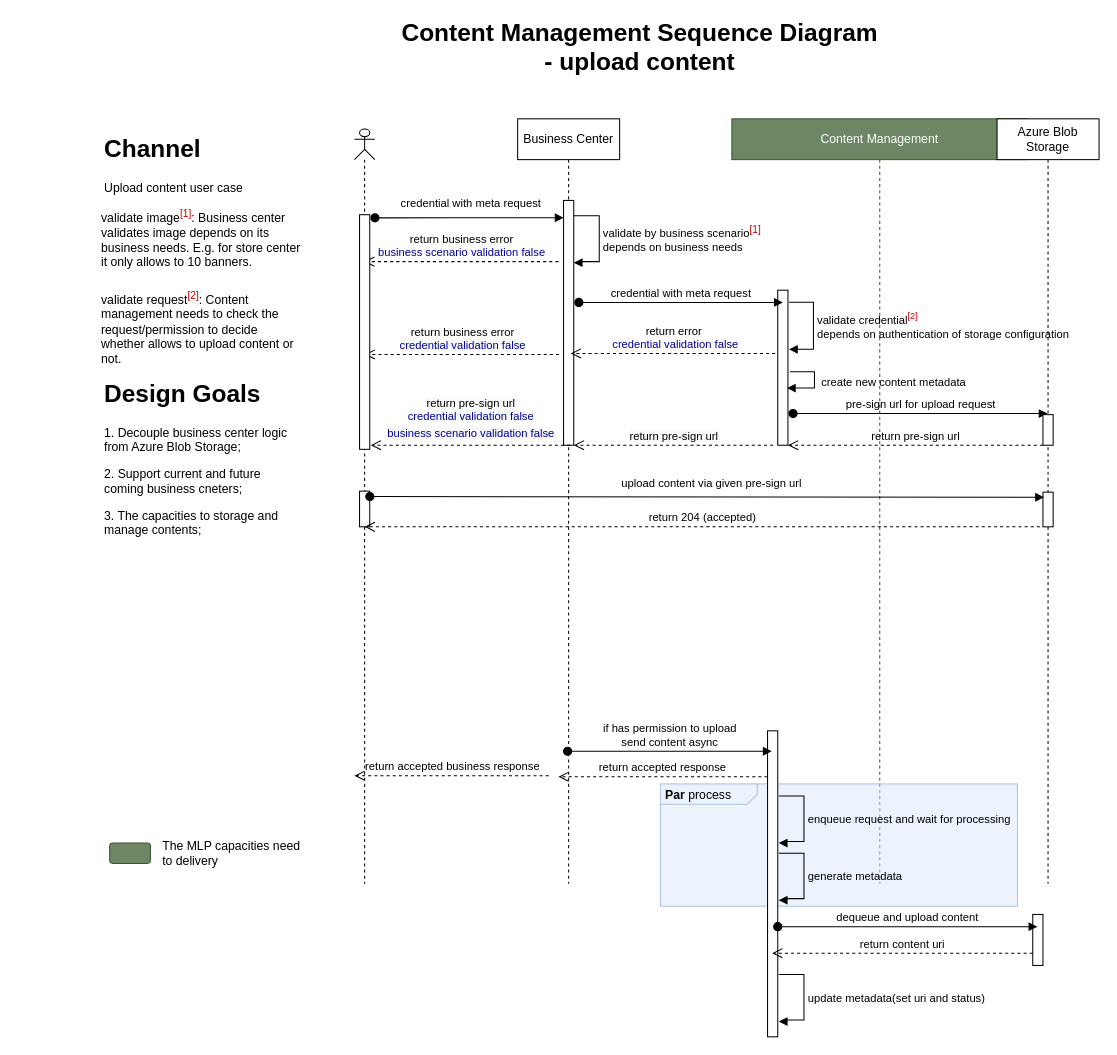
This is page "Uploading User Case" (1 of 2) of Mid Layer Platform Content Business Flow.drawio from sotheair/designs, a draw.io file, before an edit. Source tidied: cells renumbered, new cells numbered last; positions are measured from the earlier drawing's top-left corner, leaving out a move shared by most shapes. Both pictures are drawn from the tidied source at 102%, with x=0, y=0 at pixel (99, 37).
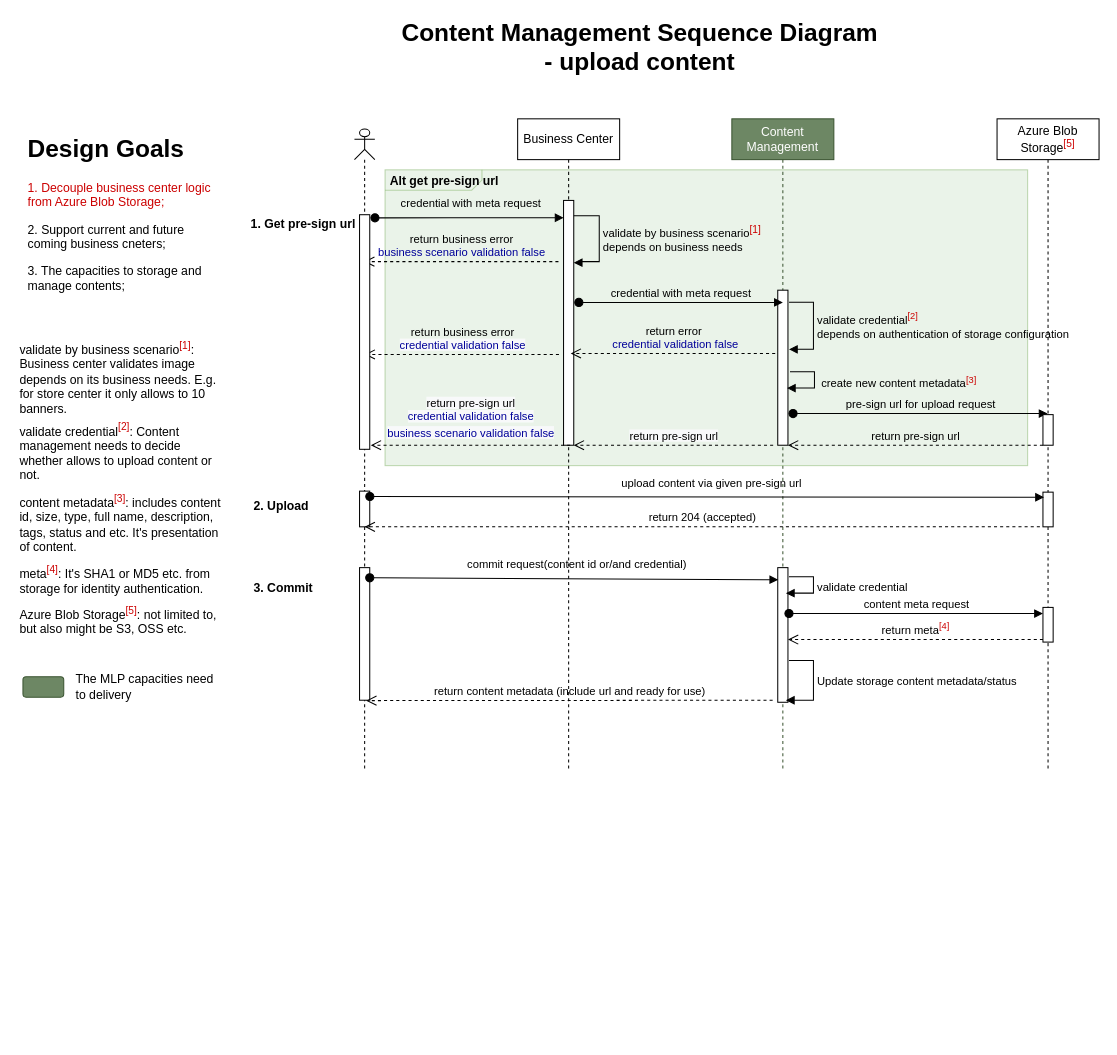
Above is the later version.

Diff of the diagram source:
```diff
@@
+    <mxCell id="44" value="&lt;p style=&quot;margin: 0px ; margin-top: 4px ; margin-left: 5px ; text-align: left&quot;&gt;&lt;b&gt;Alt&lt;/b&gt; &lt;b&gt;get pre-sign url&lt;/b&gt;&lt;/p&gt;" style="html=1;shape=mxgraph.sysml.package;overflow=fill;labelX=95;align=left;spacingLeft=5;verticalAlign=top;spacingTop=-3;fillColor=#d5e8d4;strokeColor=#82b366;opacity=50;" parent="1" vertex="1">
+      <mxGeometry x="280" y="130" width="630" height="290" as="geometry" />
+    </mxCell>
     <mxCell id="2" value="Content Management" style="shape=umlLifeline;perimeter=lifelinePerimeter;whiteSpace=wrap;html=1;fillColor=#6d8764;strokeColor=#3A5431;fontColor=#ffffff;" parent="1" vertex="1">
-      <mxGeometry x="620" y="80" width="290" height="750" as="geometry" />
+      <mxGeometry x="620" y="80" width="100" height="640" as="geometry" />
     </mxCell>
@@
     <mxCell id="5" style="shape=umlLifeline;participant=umlActor;perimeter=lifelinePerimeter;whiteSpace=wrap;html=1;verticalAlign=top;spacingTop=36;labelBackgroundColor=#ffffff;outlineConnect=0;size=30;" parent="1" vertex="1">
-      <mxGeometry x="250" y="90" width="20" height="740" as="geometry" />
+      <mxGeometry x="250" y="90" width="20" height="630" as="geometry" />
     </mxCell>
@@
+    <mxCell id="45" style="html=1;points=[];perimeter=orthogonalPerimeter;align=left;" parent="5" vertex="1">
+      <mxGeometry x="5" y="430" width="10" height="130" as="geometry" />
+    </mxCell>
     <mxCell id="7" value="Business Center" style="shape=umlLifeline;perimeter=lifelinePerimeter;whiteSpace=wrap;html=1;" parent="1" vertex="1">
-      <mxGeometry x="410" y="80" width="100" height="750" as="geometry" />
+      <mxGeometry x="410" y="80" width="100" height="640" as="geometry" />
     </mxCell>
@@
-    <mxCell id="9" value="Azure Blob Storage" style="shape=umlLifeline;perimeter=lifelinePerimeter;whiteSpace=wrap;html=1;" parent="1" vertex="1">
-      <mxGeometry x="880" y="80" width="100" height="750" as="geometry" />
+    <mxCell id="9" value="Azure Blob Storage&lt;sup style=&quot;color: rgb(0 , 0 , 0) ; font-family: &amp;#34;quot&amp;#34; ; font-style: normal ; font-variant: normal ; font-weight: 400 ; letter-spacing: normal ; text-align: left ; text-decoration: none ; text-indent: 0px ; text-transform: none ; white-space: nowrap ; word-spacing: 0px&quot;&gt;&lt;font color=&quot;#cc0000&quot;&gt;[5]&lt;/font&gt;&lt;/sup&gt;" style="shape=umlLifeline;perimeter=lifelinePerimeter;whiteSpace=wrap;html=1;" parent="1" vertex="1">
+      <mxGeometry x="880" y="80" width="100" height="640" as="geometry" />
     </mxCell>
@@
-    <mxCell id="12" value="&lt;h1&gt;Channel&lt;/h1&gt;&lt;p&gt;Upload content user case&lt;/p&gt;" style="text;html=1;strokeColor=none;fillColor=none;spacing=5;spacingTop=-20;whiteSpace=wrap;overflow=hidden;rounded=0;" parent="1" vertex="1">
-      <mxGeometry y="90" width="190" height="71" as="geometry" />
-    </mxCell>
+    <mxCell id="46" style="html=1;perimeter=orthogonalPerimeter;" parent="9" vertex="1">
+      <mxGeometry x="45" y="479" width="10" height="34" as="geometry" />
+    </mxCell>
@@
-    <mxCell id="21" value="&amp;nbsp;create new content metadata" style="edgeStyle=orthogonalEdgeStyle;html=1;align=left;spacingLeft=2;endArrow=block;rounded=0;labelBackgroundColor=none;" parent="1" edge="1">
+    <mxCell id="21" value="&amp;nbsp;create new content metadata&lt;sup style=&quot;color: rgb(0 , 0 , 0) ; font-family: &amp;#34;helvetica&amp;#34; ; font-size: 9.13px ; font-style: normal ; font-variant: normal ; font-weight: 400 ; letter-spacing: normal ; text-align: left ; text-decoration: none ; text-indent: 0px ; text-transform: none ; white-space: nowrap ; word-spacing: 0px&quot;&gt;&lt;font color=&quot;#cc0000&quot;&gt;[3]&lt;/font&gt;&lt;/sup&gt;" style="edgeStyle=orthogonalEdgeStyle;html=1;align=left;spacingLeft=2;endArrow=block;rounded=0;labelBackgroundColor=none;" parent="1" edge="1">
       <mxGeometry relative="1" as="geometry">
         <mxPoint x="677" y="328" as="sourcePoint" />
         <mxPoint x="674" y="344" as="targetPoint" />
         <Array as="points">
           <mxPoint x="701" y="328" />
           <mxPoint x="701" y="344" />
           <mxPoint x="674" y="344" />
         </Array>
       </mxGeometry>
     </mxCell>
@@
-    <mxCell id="23" value="validate image&lt;sup&gt;&lt;font color=&quot;#cc0000&quot;&gt;[1]&lt;/font&gt;&lt;/sup&gt;: Business center validates image depends on its business needs. E.g. for store center it only allows to 10 banners.&amp;nbsp;" style="text;html=1;whiteSpace=wrap;" parent="1" vertex="1">
-      <mxGeometry y="161" width="200" height="80" as="geometry" />
+    <mxCell id="23" value="validate by business scenario&lt;sup&gt;&lt;font color=&quot;#cc0000&quot;&gt;[1]&lt;/font&gt;&lt;/sup&gt;: Business center validates image depends on its business needs. E.g. for store center it only allows to 10 banners.&amp;nbsp;" style="text;html=1;whiteSpace=wrap;" parent="1" vertex="1">
+      <mxGeometry x="-80" y="290" width="200" height="80" as="geometry" />
     </mxCell>
-    <mxCell id="24" value="validate request&lt;sup&gt;&lt;font color=&quot;#cc0000&quot;&gt;[2]&lt;/font&gt;&lt;/sup&gt;: Content management needs to check the request/permission to decide whether allows to upload content or not." style="text;html=1;whiteSpace=wrap;" parent="1" vertex="1">
-      <mxGeometry y="241" width="200" height="80" as="geometry" />
+    <mxCell id="24" value="validate credential&lt;sup&gt;&lt;font color=&quot;#cc0000&quot;&gt;[2]&lt;/font&gt;&lt;/sup&gt;: Content management needs to decide whether allows to upload content or not." style="text;html=1;whiteSpace=wrap;" parent="1" vertex="1">
+      <mxGeometry x="-80" y="370" width="200" height="80" as="geometry" />
     </mxCell>
-    <mxCell id="25" value="&lt;h1&gt;Design Goals&lt;/h1&gt;&lt;p&gt;1. Decouple business center logic from Azure Blob Storage;&lt;/p&gt;&lt;p&gt;2. Support current and future coming business cneters; &amp;nbsp;&lt;/p&gt;&lt;p&gt;3. The capacities to storage and manage contents;&lt;/p&gt;" style="text;html=1;strokeColor=none;fillColor=none;spacing=5;spacingTop=-20;whiteSpace=wrap;overflow=hidden;rounded=0;" parent="1" vertex="1">
-      <mxGeometry y="330" width="190" height="170" as="geometry" />
+    <mxCell id="25" value="&lt;h1&gt;Design Goals&lt;/h1&gt;&lt;p&gt;&lt;font color=&quot;#cc0000&quot;&gt;1. Decouple business center logic from Azure Blob Storage;&lt;/font&gt;&lt;/p&gt;&lt;p&gt;2. Support current and future coming business cneters; &amp;nbsp;&lt;/p&gt;&lt;p&gt;3. The capacities to storage and manage contents;&lt;/p&gt;" style="text;html=1;strokeColor=none;fillColor=none;spacing=5;spacingTop=-20;whiteSpace=wrap;overflow=hidden;rounded=0;" parent="1" vertex="1">
+      <mxGeometry x="-75" y="90" width="190" height="170" as="geometry" />
     </mxCell>
     <mxCell id="26" style="rounded=1;whiteSpace=wrap;html=1;fillColor=#6d8764;strokeColor=#3A5431;fontColor=#ffffff;" parent="1" vertex="1">
-      <mxGeometry x="10" y="790" width="40" height="20" as="geometry" />
+      <mxGeometry x="-75" y="627" width="40" height="20" as="geometry" />
     </mxCell>
     <mxCell id="27" value="The MLP capacities need to delivery" style="text;html=1;strokeColor=none;fillColor=none;align=left;verticalAlign=middle;whiteSpace=wrap;rounded=0;" parent="1" vertex="1">
-      <mxGeometry x="60" y="785" width="150" height="30" as="geometry" />
+      <mxGeometry x="-25" y="622" width="150" height="30" as="geometry" />
     </mxCell>
@@
-    <mxCell id="31" value="&lt;p style=&quot;margin: 0px ; margin-top: 4px ; margin-left: 5px ; text-align: left&quot;&gt;&lt;b&gt;Par&lt;/b&gt;&amp;nbsp;process&lt;/p&gt;" style="html=1;shape=mxgraph.sysml.package;overflow=fill;labelX=95;align=left;spacingLeft=5;verticalAlign=top;spacingTop=-3;fillColor=#dae8fc;strokeColor=#6c8ebf;opacity=50;" parent="1" vertex="1">
-      <mxGeometry x="550" y="732" width="350" height="120" as="geometry" />
-    </mxCell>
-    <mxCell id="32" style="html=1;perimeter=orthogonalPerimeter;" parent="1" vertex="1">
-      <mxGeometry x="915" y="860" width="10" height="50" as="geometry" />
-    </mxCell>
-    <mxCell id="33" style="html=1;perimeter=orthogonalPerimeter;" parent="1" vertex="1">
-      <mxGeometry x="655" y="680" width="10" height="300" as="geometry" />
-    </mxCell>
-    <mxCell id="34" value="if has permission to upload &lt;br&gt;send content async" style="html=1;verticalAlign=bottom;startArrow=oval;startFill=1;endArrow=block;startSize=8;labelBackgroundColor=none;" parent="1" edge="1">
-      <mxGeometry relative="1" as="geometry">
-        <mxPoint x="459" y="700" as="sourcePoint" />
-        <mxPoint x="659" y="700" as="targetPoint" />
-        <Array as="points">
-          <mxPoint x="549.5" y="700" />
-        </Array>
-      </mxGeometry>
-    </mxCell>
-    <mxCell id="35" value="enqueue request and&amp;nbsp;wait&amp;nbsp;for&amp;nbsp;processing&amp;nbsp;" style="edgeStyle=orthogonalEdgeStyle;html=1;align=left;spacingLeft=2;endArrow=block;rounded=0;labelBackgroundColor=none;" parent="1" edge="1">
-      <mxGeometry relative="1" as="geometry">
-        <mxPoint x="666" y="744" as="sourcePoint" />
-        <mxPoint x="666" y="790" as="targetPoint" />
-        <Array as="points">
-          <mxPoint x="690.7" y="743.5" />
-          <mxPoint x="690.7" y="788.5" />
-          <mxPoint x="670.7" y="788.5" />
-          <mxPoint x="670.7" y="789.5" />
-        </Array>
-      </mxGeometry>
-    </mxCell>
-    <mxCell id="36" value="dequeue and upload content" style="html=1;verticalAlign=bottom;startArrow=oval;startFill=1;endArrow=block;startSize=8;" parent="1" edge="1">
-      <mxGeometry relative="1" as="geometry">
-        <mxPoint x="665" y="872" as="sourcePoint" />
-        <mxPoint x="919.5" y="872" as="targetPoint" />
-        <Array as="points">
-          <mxPoint x="755.5" y="872" />
-        </Array>
-      </mxGeometry>
-    </mxCell>
-    <mxCell id="37" value="return content uri" style="html=1;verticalAlign=bottom;endArrow=open;dashed=1;endSize=8;" parent="1" edge="1">
-      <mxGeometry relative="1" as="geometry">
-        <mxPoint x="915" y="898" as="sourcePoint" />
-        <mxPoint x="659.5" y="898" as="targetPoint" />
-      </mxGeometry>
-    </mxCell>
-    <mxCell id="38" value="generate metadata" style="edgeStyle=orthogonalEdgeStyle;html=1;align=left;spacingLeft=2;endArrow=block;rounded=0;labelBackgroundColor=none;" parent="1" edge="1">
-      <mxGeometry relative="1" as="geometry">
-        <mxPoint x="666" y="800" as="sourcePoint" />
-        <mxPoint x="666" y="846" as="targetPoint" />
-        <Array as="points">
-          <mxPoint x="690.7" y="799.5" />
-          <mxPoint x="690.7" y="844.5" />
-          <mxPoint x="670.7" y="844.5" />
-          <mxPoint x="670.7" y="845.5" />
-        </Array>
-      </mxGeometry>
-    </mxCell>
-    <mxCell id="39" value="return accepted response" style="html=1;verticalAlign=bottom;endArrow=open;dashed=1;endSize=8;labelBackgroundColor=none;" parent="1" edge="1">
-      <mxGeometry relative="1" as="geometry">
-        <mxPoint x="655" y="725" as="sourcePoint" />
-        <mxPoint x="450" y="725" as="targetPoint" />
-      </mxGeometry>
-    </mxCell>
-    <mxCell id="40" value="update metadata(set uri and status)" style="edgeStyle=orthogonalEdgeStyle;html=1;align=left;spacingLeft=2;endArrow=block;rounded=0;" parent="1" edge="1">
-      <mxGeometry relative="1" as="geometry">
-        <mxPoint x="666" y="919" as="sourcePoint" />
-        <mxPoint x="666" y="965" as="targetPoint" />
-        <Array as="points">
-          <mxPoint x="690.7" y="918.5" />
-          <mxPoint x="690.7" y="963.5" />
-          <mxPoint x="670.7" y="963.5" />
-          <mxPoint x="670.7" y="964.5" />
-        </Array>
-      </mxGeometry>
-    </mxCell>
-    <mxCell id="41" value="return accepted business response" style="html=1;verticalAlign=bottom;endArrow=open;dashed=1;endSize=8;labelBackgroundColor=none;" parent="1" edge="1">
-      <mxGeometry relative="1" as="geometry">
-        <mxPoint x="440.5" y="724" as="sourcePoint" />
-        <mxPoint x="250" y="724" as="targetPoint" />
-      </mxGeometry>
-    </mxCell>
@@
+    <mxCell id="47" style="html=1;points=[];perimeter=orthogonalPerimeter;" parent="1" vertex="1">
+      <mxGeometry x="665" y="520" width="10" height="132" as="geometry" />
+    </mxCell>
+    <mxCell id="48" value="commit request(content id or/and credential)" style="html=1;verticalAlign=bottom;startArrow=oval;startFill=1;endArrow=block;startSize=8;labelBackgroundColor=none;exitX=1.008;exitY=0.15;exitDx=0;exitDy=0;exitPerimeter=0;entryX=0.045;entryY=0.09;entryDx=0;entryDy=0;entryPerimeter=0;" parent="1" edge="1" target="47">
+      <mxGeometry x="0.01" y="5" relative="1" as="geometry">
+        <mxPoint x="265" y="530" as="sourcePoint" />
+        <mxPoint x="1" as="offset" />
+      </mxGeometry>
+    </mxCell>
+    <mxCell id="49" value="validate credential" style="edgeStyle=orthogonalEdgeStyle;html=1;align=left;spacingLeft=2;endArrow=block;rounded=0;labelBackgroundColor=none;" parent="1" edge="1">
+      <mxGeometry relative="1" as="geometry">
+        <mxPoint x="676" y="529" as="sourcePoint" />
+        <mxPoint x="673" y="545" as="targetPoint" />
+        <Array as="points">
+          <mxPoint x="700" y="529" />
+          <mxPoint x="700" y="545" />
+          <mxPoint x="673" y="545" />
+        </Array>
+      </mxGeometry>
+    </mxCell>
+    <mxCell id="50" value="content meta request" style="html=1;verticalAlign=bottom;startArrow=oval;startFill=1;endArrow=block;startSize=8;labelBackgroundColor=none;" parent="1" edge="1">
+      <mxGeometry relative="1" as="geometry">
+        <mxPoint x="676" y="565" as="sourcePoint" />
+        <mxPoint x="925" y="565" as="targetPoint" />
+        <Array as="points">
+          <mxPoint x="766" y="565" />
+        </Array>
+      </mxGeometry>
+    </mxCell>
+    <mxCell id="51" value="return meta&lt;sup style=&quot;color: rgb(0 , 0 , 0) ; font-family: &amp;#34;helvetica&amp;#34; ; font-size: 9.13px ; font-style: normal ; font-variant: normal ; font-weight: 400 ; letter-spacing: normal ; text-align: left ; text-decoration: none ; text-indent: 0px ; text-transform: none ; white-space: nowrap ; word-spacing: 0px&quot;&gt;&lt;font color=&quot;#cc0000&quot;&gt;[4]&lt;/font&gt;&lt;/sup&gt;" style="html=1;verticalAlign=bottom;endArrow=open;dashed=1;endSize=8;labelBackgroundColor=none;" parent="1" edge="1">
+      <mxGeometry relative="1" as="geometry">
+        <mxPoint x="925" y="590.5" as="sourcePoint" />
+        <mxPoint x="675" y="590.5" as="targetPoint" />
+      </mxGeometry>
+    </mxCell>
+    <mxCell id="52" value="Update storage content metadata/status" style="edgeStyle=orthogonalEdgeStyle;html=1;align=left;spacingLeft=2;endArrow=block;rounded=0;labelBackgroundColor=none;" parent="1" edge="1">
+      <mxGeometry relative="1" as="geometry">
+        <mxPoint x="676" y="611" as="sourcePoint" />
+        <mxPoint x="673" y="650" as="targetPoint" />
+        <Array as="points">
+          <mxPoint x="700" y="611" />
+          <mxPoint x="700" y="650" />
+          <mxPoint x="673" y="650" />
+        </Array>
+      </mxGeometry>
+    </mxCell>
+    <mxCell id="53" value="return content metadata (include url and ready for use)" style="html=1;verticalAlign=bottom;endArrow=open;dashed=1;endSize=8;labelBackgroundColor=none;entryX=0.655;entryY=1.003;entryDx=0;entryDy=0;entryPerimeter=0;" parent="1" edge="1" target="45">
+      <mxGeometry relative="1" as="geometry">
+        <mxPoint x="660" y="650" as="sourcePoint" />
+      </mxGeometry>
+    </mxCell>
+    <mxCell id="54" value="&lt;b&gt;1. Get pre-sign url&lt;/b&gt;" style="text;html=1;strokeColor=none;fillColor=none;align=center;verticalAlign=middle;whiteSpace=wrap;rounded=0;opacity=50;" parent="1" vertex="1">
+      <mxGeometry x="145" y="174" width="110" height="20" as="geometry" />
+    </mxCell>
+    <mxCell id="55" value="&lt;b&gt;2. Upload&lt;/b&gt;" style="text;html=1;strokeColor=none;fillColor=none;align=center;verticalAlign=middle;whiteSpace=wrap;rounded=0;opacity=50;" parent="1" vertex="1">
+      <mxGeometry x="141" y="450" width="75" height="20" as="geometry" />
+    </mxCell>
+    <mxCell id="56" value="&lt;b&gt;3. Commit&lt;/b&gt;" style="text;html=1;strokeColor=none;fillColor=none;align=center;verticalAlign=middle;whiteSpace=wrap;rounded=0;opacity=50;" parent="1" vertex="1">
+      <mxGeometry x="143" y="530" width="75" height="20" as="geometry" />
+    </mxCell>
+    <mxCell id="57" value="content metadata&lt;sup&gt;&lt;font color=&quot;#cc0000&quot;&gt;[3]&lt;/font&gt;&lt;/sup&gt;: includes content id, size, type, full name, description, tags, status and etc. It's presentation of content." style="text;html=1;whiteSpace=wrap;" parent="1" vertex="1">
+      <mxGeometry x="-80" y="440" width="200" height="80" as="geometry" />
+    </mxCell>
+    <mxCell id="58" value="meta&lt;sup&gt;&lt;font color=&quot;#cc0000&quot;&gt;[4]&lt;/font&gt;&lt;/sup&gt;: It's SHA1 or MD5 etc. from storage for identity authentication." style="text;html=1;whiteSpace=wrap;" parent="1" vertex="1">
+      <mxGeometry x="-80" y="510" width="200" height="50" as="geometry" />
+    </mxCell>
+    <mxCell id="59" value="Azure Blob Storage&lt;sup&gt;&lt;font color=&quot;#cc0000&quot;&gt;[5]&lt;/font&gt;&lt;/sup&gt;: not limited to, but also might be S3, OSS etc. " style="text;html=1;whiteSpace=wrap;" parent="1" vertex="1">
+      <mxGeometry x="-80" y="550" width="200" height="50" as="geometry" />
+    </mxCell>
```
